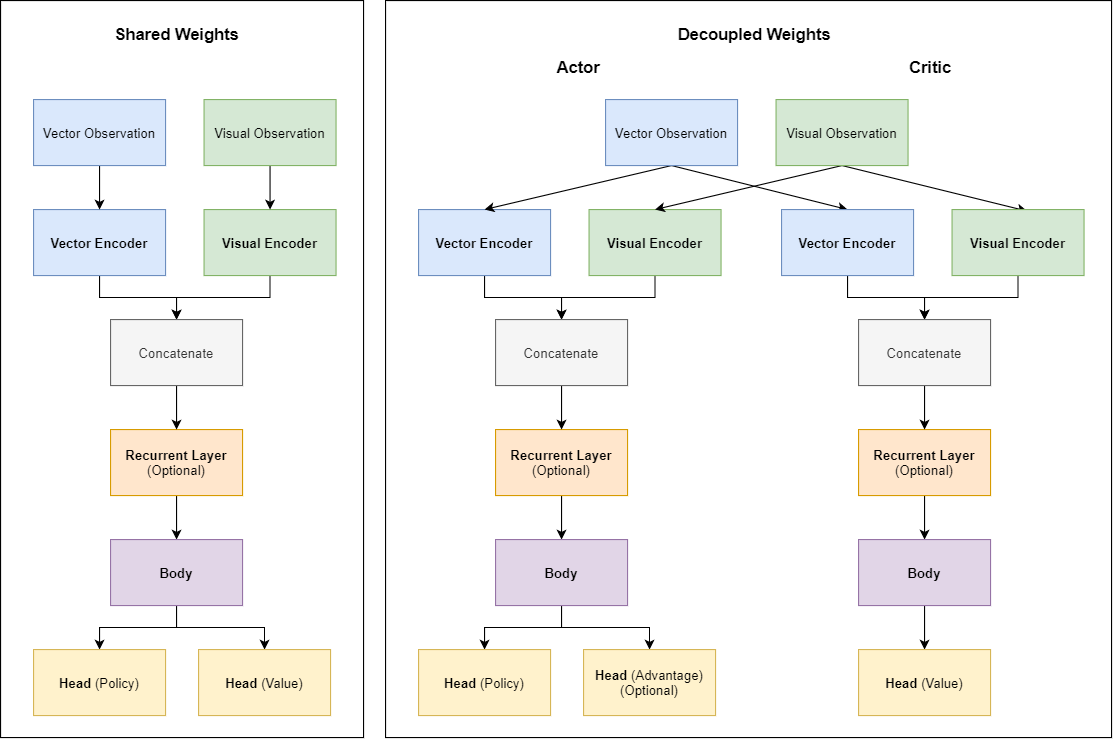
Above: docs/img/general_model_architecture.png in MarcoMeter/neroRL (draw.io), before the change. Source tidied: cells renumbered, new cells last; positions are measured from the earlier drawing's top-left corner, leaving out a move shared by most shapes.
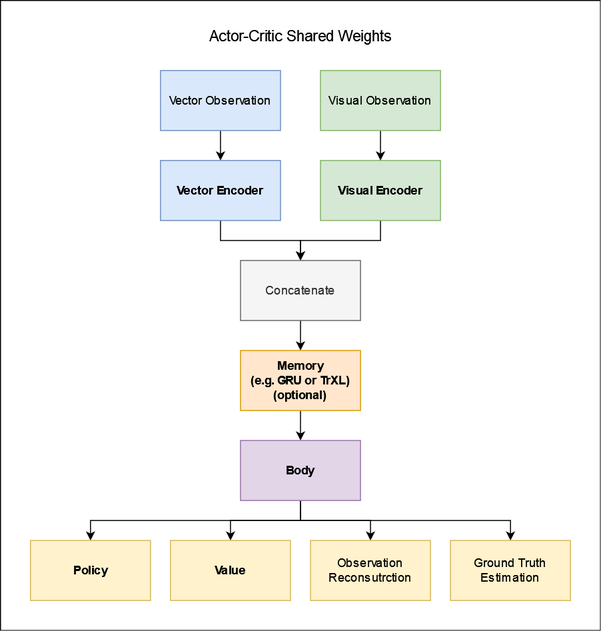
Later version of the same file.

Commit message:
updated general model architecture figure

What changed in the source:
```diff
@@ -2,164 +2,74 @@
   <root>
     <mxCell id="0" />
     <mxCell id="1" parent="0" />
-    <mxCell id="2" style="rounded=0;whiteSpace=wrap;html=1;" parent="1" vertex="1">
-      <mxGeometry width="330" height="670" as="geometry" />
-    </mxCell>
-    <mxCell id="3" style="edgeStyle=orthogonalEdgeStyle;rounded=0;jettySize=auto;html=1;exitX=0.5;exitY=1;exitDx=0;exitDy=0;entryX=0.5;entryY=0;entryDx=0;entryDy=0;" parent="1" edge="1" source="4" target="10">
-      <mxGeometry relative="1" as="geometry" />
-    </mxCell>
-    <mxCell id="4" value="Visual Encoder" style="rounded=0;whiteSpace=wrap;html=1;fillColor=#d5e8d4;strokeColor=#82b366;fontStyle=1;" parent="1" vertex="1">
-      <mxGeometry x="185" y="190" width="120" height="60" as="geometry" />
-    </mxCell>
-    <mxCell id="5" style="edgeStyle=orthogonalEdgeStyle;rounded=0;jettySize=auto;html=1;exitX=0.5;exitY=1;exitDx=0;exitDy=0;entryX=0.5;entryY=0;entryDx=0;entryDy=0;" parent="1" edge="1" source="6" target="13">
-      <mxGeometry relative="1" as="geometry" />
-    </mxCell>
-    <mxCell id="6" value="Recurrent Layer&lt;br&gt;&lt;span style=&quot;font-weight: normal&quot;&gt;(Optional)&lt;/span&gt;" style="rounded=0;whiteSpace=wrap;html=1;fillColor=#ffe6cc;strokeColor=#d79b00;fontStyle=1;" parent="1" vertex="1">
-      <mxGeometry x="100" y="390" width="120" height="60" as="geometry" />
-    </mxCell>
-    <mxCell id="7" style="edgeStyle=orthogonalEdgeStyle;rounded=0;jettySize=auto;html=1;exitX=0.5;exitY=1;exitDx=0;exitDy=0;entryX=0.5;entryY=0;entryDx=0;entryDy=0;" parent="1" edge="1" source="8" target="10">
-      <mxGeometry relative="1" as="geometry" />
-    </mxCell>
-    <mxCell id="8" value="Vector Encoder" style="rounded=0;whiteSpace=wrap;html=1;fillColor=#dae8fc;strokeColor=#6c8ebf;fontStyle=1;" parent="1" vertex="1">
-      <mxGeometry x="30" y="190" width="120" height="60" as="geometry" />
-    </mxCell>
-    <mxCell id="9" style="edgeStyle=orthogonalEdgeStyle;rounded=0;jettySize=auto;html=1;exitX=0.5;exitY=1;exitDx=0;exitDy=0;entryX=0.5;entryY=0;entryDx=0;entryDy=0;" parent="1" edge="1" source="10" target="6">
-      <mxGeometry relative="1" as="geometry" />
-    </mxCell>
-    <mxCell id="10" value="Concatenate" style="rounded=0;whiteSpace=wrap;html=1;fillColor=#f5f5f5;strokeColor=#666666;fontColor=#333333;fontStyle=0;" parent="1" vertex="1">
-      <mxGeometry x="100" y="290" width="120" height="60" as="geometry" />
-    </mxCell>
-    <mxCell id="11" style="edgeStyle=orthogonalEdgeStyle;rounded=0;jettySize=auto;html=1;exitX=0.5;exitY=1;exitDx=0;exitDy=0;entryX=0.5;entryY=0;entryDx=0;entryDy=0;" parent="1" edge="1" source="13" target="14">
-      <mxGeometry relative="1" as="geometry" />
-    </mxCell>
-    <mxCell id="12" style="edgeStyle=orthogonalEdgeStyle;rounded=0;jettySize=auto;html=1;exitX=0.5;exitY=1;exitDx=0;exitDy=0;entryX=0.5;entryY=0;entryDx=0;entryDy=0;" parent="1" edge="1" source="13" target="15">
-      <mxGeometry relative="1" as="geometry" />
-    </mxCell>
-    <mxCell id="13" value="Body" style="rounded=0;whiteSpace=wrap;html=1;fillColor=#e1d5e7;strokeColor=#9673a6;fontStyle=1;" parent="1" vertex="1">
-      <mxGeometry x="100" y="490" width="120" height="60" as="geometry" />
-    </mxCell>
-    <mxCell id="14" value="Head&lt;span style=&quot;font-weight: normal&quot;&gt; (Policy)&lt;/span&gt;" style="rounded=0;whiteSpace=wrap;html=1;fillColor=#fff2cc;strokeColor=#d6b656;fontStyle=1;" parent="1" vertex="1">
-      <mxGeometry x="30" y="590" width="120" height="60" as="geometry" />
-    </mxCell>
-    <mxCell id="15" value="Head &lt;span style=&quot;font-weight: normal&quot;&gt;(Value)&lt;/span&gt;" style="rounded=0;whiteSpace=wrap;html=1;fillColor=#fff2cc;strokeColor=#d6b656;fontStyle=1;" parent="1" vertex="1">
-      <mxGeometry x="180" y="590" width="120" height="60" as="geometry" />
-    </mxCell>
-    <mxCell id="16" style="edgeStyle=orthogonalEdgeStyle;rounded=0;jettySize=auto;html=1;exitX=0.5;exitY=1;exitDx=0;exitDy=0;entryX=0.5;entryY=0;entryDx=0;entryDy=0;" parent="1" edge="1" source="17" target="8">
-      <mxGeometry relative="1" as="geometry" />
-    </mxCell>
-    <mxCell id="17" value="Vector Observation" style="rounded=0;whiteSpace=wrap;html=1;fillColor=#dae8fc;strokeColor=#6c8ebf;fontStyle=0;" parent="1" vertex="1">
-      <mxGeometry x="30" y="90" width="120" height="60" as="geometry" />
-    </mxCell>
-    <mxCell id="18" style="edgeStyle=orthogonalEdgeStyle;rounded=0;jettySize=auto;html=1;exitX=0.5;exitY=1;exitDx=0;exitDy=0;entryX=0.5;entryY=0;entryDx=0;entryDy=0;" parent="1" edge="1" source="19" target="4">
-      <mxGeometry relative="1" as="geometry" />
-    </mxCell>
-    <mxCell id="19" value="&lt;span style=&quot;font-weight: normal&quot;&gt;Visual Observation&lt;/span&gt;" style="rounded=0;whiteSpace=wrap;html=1;fillColor=#d5e8d4;strokeColor=#82b366;fontStyle=1;" parent="1" vertex="1">
-      <mxGeometry x="185" y="90" width="120" height="60" as="geometry" />
-    </mxCell>
-    <mxCell id="20" value="&lt;font style=&quot;font-size: 15px&quot;&gt;Shared Weights&lt;/font&gt;" style="text;html=1;align=center;verticalAlign=middle;strokeColor=none;fontStyle=1;" parent="1" vertex="1">
-      <mxGeometry x="95" y="20" width="130" height="20" as="geometry" />
-    </mxCell>
-    <mxCell id="21" style="rounded=0;whiteSpace=wrap;html=1;" parent="1" vertex="1">
-      <mxGeometry x="350" width="660" height="670" as="geometry" />
-    </mxCell>
-    <mxCell id="22" style="edgeStyle=orthogonalEdgeStyle;rounded=0;jettySize=auto;html=1;exitX=0.5;exitY=1;exitDx=0;exitDy=0;entryX=0.5;entryY=0;entryDx=0;entryDy=0;" parent="1" edge="1" source="23" target="29">
-      <mxGeometry relative="1" as="geometry" />
-    </mxCell>
-    <mxCell id="23" value="Visual Encoder" style="rounded=0;whiteSpace=wrap;html=1;fillColor=#d5e8d4;strokeColor=#82b366;fontStyle=1;" parent="1" vertex="1">
-      <mxGeometry x="535" y="190" width="120" height="60" as="geometry" />
-    </mxCell>
-    <mxCell id="24" style="edgeStyle=orthogonalEdgeStyle;rounded=0;jettySize=auto;html=1;exitX=0.5;exitY=1;exitDx=0;exitDy=0;entryX=0.5;entryY=0;entryDx=0;entryDy=0;" parent="1" edge="1" source="25" target="32">
-      <mxGeometry relative="1" as="geometry" />
-    </mxCell>
-    <mxCell id="25" value="Recurrent Layer&lt;br&gt;&lt;span style=&quot;font-weight: normal&quot;&gt;(Optional)&lt;/span&gt;" style="rounded=0;whiteSpace=wrap;html=1;fillColor=#ffe6cc;strokeColor=#d79b00;fontStyle=1;" parent="1" vertex="1">
-      <mxGeometry x="450" y="390" width="120" height="60" as="geometry" />
-    </mxCell>
-    <mxCell id="26" style="edgeStyle=orthogonalEdgeStyle;rounded=0;jettySize=auto;html=1;exitX=0.5;exitY=1;exitDx=0;exitDy=0;entryX=0.5;entryY=0;entryDx=0;entryDy=0;" parent="1" edge="1" source="27" target="29">
-      <mxGeometry relative="1" as="geometry" />
-    </mxCell>
-    <mxCell id="27" value="Vector Encoder" style="rounded=0;whiteSpace=wrap;html=1;fillColor=#dae8fc;strokeColor=#6c8ebf;fontStyle=1;" parent="1" vertex="1">
-      <mxGeometry x="380" y="190" width="120" height="60" as="geometry" />
-    </mxCell>
-    <mxCell id="28" style="edgeStyle=orthogonalEdgeStyle;rounded=0;jettySize=auto;html=1;exitX=0.5;exitY=1;exitDx=0;exitDy=0;entryX=0.5;entryY=0;entryDx=0;entryDy=0;" parent="1" edge="1" source="29" target="25">
-      <mxGeometry relative="1" as="geometry" />
-    </mxCell>
-    <mxCell id="29" value="Concatenate" style="rounded=0;whiteSpace=wrap;html=1;fillColor=#f5f5f5;strokeColor=#666666;fontColor=#333333;fontStyle=0;" parent="1" vertex="1">
-      <mxGeometry x="450" y="290" width="120" height="60" as="geometry" />
-    </mxCell>
-    <mxCell id="30" style="edgeStyle=orthogonalEdgeStyle;rounded=0;jettySize=auto;html=1;exitX=0.5;exitY=1;exitDx=0;exitDy=0;entryX=0.5;entryY=0;entryDx=0;entryDy=0;" parent="1" edge="1" source="32" target="33">
-      <mxGeometry relative="1" as="geometry" />
-    </mxCell>
-    <mxCell id="31" style="edgeStyle=orthogonalEdgeStyle;rounded=0;jettySize=auto;html=1;exitX=0.5;exitY=1;exitDx=0;exitDy=0;entryX=0.5;entryY=0;entryDx=0;entryDy=0;" parent="1" edge="1" source="32" target="34">
-      <mxGeometry relative="1" as="geometry" />
-    </mxCell>
-    <mxCell id="32" value="Body" style="rounded=0;whiteSpace=wrap;html=1;fillColor=#e1d5e7;strokeColor=#9673a6;fontStyle=1;" parent="1" vertex="1">
-      <mxGeometry x="450" y="490" width="120" height="60" as="geometry" />
-    </mxCell>
-    <mxCell id="33" value="Head&lt;span style=&quot;font-weight: normal&quot;&gt; (Policy)&lt;/span&gt;" style="rounded=0;whiteSpace=wrap;html=1;fillColor=#fff2cc;strokeColor=#d6b656;fontStyle=1;" parent="1" vertex="1">
-      <mxGeometry x="380" y="590" width="120" height="60" as="geometry" />
-    </mxCell>
-    <mxCell id="34" value="Head &lt;span style=&quot;font-weight: normal&quot;&gt;(Advantage)&lt;br&gt;(Optional)&lt;br&gt;&lt;/span&gt;" style="rounded=0;whiteSpace=wrap;html=1;fillColor=#fff2cc;strokeColor=#d6b656;fontStyle=1;" parent="1" vertex="1">
-      <mxGeometry x="530" y="590" width="120" height="60" as="geometry" />
-    </mxCell>
-    <mxCell id="35" style="rounded=0;jettySize=auto;html=1;exitX=0.5;exitY=1;exitDx=0;exitDy=0;entryX=0.5;entryY=0;entryDx=0;entryDy=0;" parent="1" edge="1" source="37" target="27">
-      <mxGeometry relative="1" as="geometry" />
-    </mxCell>
-    <mxCell id="36" style="edgeStyle=none;rounded=0;jettySize=auto;html=1;exitX=0.5;exitY=1;exitDx=0;exitDy=0;entryX=0.5;entryY=0;entryDx=0;entryDy=0;" parent="1" edge="1" source="37" target="47">
-      <mxGeometry relative="1" as="geometry" />
-    </mxCell>
-    <mxCell id="37" value="Vector Observation" style="rounded=0;whiteSpace=wrap;html=1;fillColor=#dae8fc;strokeColor=#6c8ebf;fontStyle=0;" parent="1" vertex="1">
-      <mxGeometry x="550" y="90" width="120" height="60" as="geometry" />
-    </mxCell>
-    <mxCell id="38" style="rounded=0;jettySize=auto;html=1;exitX=0.5;exitY=1;exitDx=0;exitDy=0;entryX=0.5;entryY=0;entryDx=0;entryDy=0;" parent="1" edge="1" source="40" target="23">
-      <mxGeometry relative="1" as="geometry" />
-    </mxCell>
-    <mxCell id="39" style="edgeStyle=none;rounded=0;jettySize=auto;html=1;exitX=0.5;exitY=1;exitDx=0;exitDy=0;entryX=0.568;entryY=0.023;entryDx=0;entryDy=0;entryPerimeter=0;" parent="1" edge="1" source="40" target="43">
-      <mxGeometry relative="1" as="geometry" />
-    </mxCell>
-    <mxCell id="40" value="&lt;span style=&quot;font-weight: normal&quot;&gt;Visual Observation&lt;/span&gt;" style="rounded=0;whiteSpace=wrap;html=1;fillColor=#d5e8d4;strokeColor=#82b366;fontStyle=1;" parent="1" vertex="1">
-      <mxGeometry x="705" y="90" width="120" height="60" as="geometry" />
-    </mxCell>
-    <mxCell id="41" value="&lt;font style=&quot;font-size: 15px&quot;&gt;Decoupled Weights&lt;/font&gt;" style="text;html=1;align=center;verticalAlign=middle;strokeColor=none;fontStyle=1;" parent="1" vertex="1">
-      <mxGeometry x="610" y="20" width="150" height="20" as="geometry" />
-    </mxCell>
-    <mxCell id="42" style="edgeStyle=orthogonalEdgeStyle;rounded=0;jettySize=auto;html=1;exitX=0.5;exitY=1;exitDx=0;exitDy=0;entryX=0.5;entryY=0;entryDx=0;entryDy=0;" parent="1" edge="1" source="43" target="49">
-      <mxGeometry relative="1" as="geometry" />
-    </mxCell>
-    <mxCell id="43" value="Visual Encoder" style="rounded=0;whiteSpace=wrap;html=1;fillColor=#d5e8d4;strokeColor=#82b366;fontStyle=1;" parent="1" vertex="1">
-      <mxGeometry x="865" y="190" width="120" height="60" as="geometry" />
-    </mxCell>
-    <mxCell id="44" style="edgeStyle=orthogonalEdgeStyle;rounded=0;jettySize=auto;html=1;exitX=0.5;exitY=1;exitDx=0;exitDy=0;entryX=0.5;entryY=0;entryDx=0;entryDy=0;" parent="1" edge="1" source="45" target="51">
-      <mxGeometry relative="1" as="geometry" />
-    </mxCell>
-    <mxCell id="45" value="Recurrent Layer&lt;br&gt;&lt;span style=&quot;font-weight: normal&quot;&gt;(Optional)&lt;/span&gt;" style="rounded=0;whiteSpace=wrap;html=1;fillColor=#ffe6cc;strokeColor=#d79b00;fontStyle=1;" parent="1" vertex="1">
-      <mxGeometry x="780" y="390" width="120" height="60" as="geometry" />
-    </mxCell>
-    <mxCell id="46" style="edgeStyle=orthogonalEdgeStyle;rounded=0;jettySize=auto;html=1;exitX=0.5;exitY=1;exitDx=0;exitDy=0;entryX=0.5;entryY=0;entryDx=0;entryDy=0;" parent="1" edge="1" source="47" target="49">
-      <mxGeometry relative="1" as="geometry" />
-    </mxCell>
-    <mxCell id="47" value="Vector Encoder" style="rounded=0;whiteSpace=wrap;html=1;fillColor=#dae8fc;strokeColor=#6c8ebf;fontStyle=1;" parent="1" vertex="1">
-      <mxGeometry x="710" y="190" width="120" height="60" as="geometry" />
-    </mxCell>
-    <mxCell id="48" style="edgeStyle=orthogonalEdgeStyle;rounded=0;jettySize=auto;html=1;exitX=0.5;exitY=1;exitDx=0;exitDy=0;entryX=0.5;entryY=0;entryDx=0;entryDy=0;" parent="1" edge="1" source="49" target="45">
-      <mxGeometry relative="1" as="geometry" />
-    </mxCell>
-    <mxCell id="49" value="Concatenate" style="rounded=0;whiteSpace=wrap;html=1;fillColor=#f5f5f5;strokeColor=#666666;fontColor=#333333;fontStyle=0;" parent="1" vertex="1">
-      <mxGeometry x="780" y="290" width="120" height="60" as="geometry" />
-    </mxCell>
-    <mxCell id="50" style="edgeStyle=orthogonalEdgeStyle;rounded=0;jettySize=auto;html=1;exitX=0.5;exitY=1;exitDx=0;exitDy=0;entryX=0.5;entryY=0;entryDx=0;entryDy=0;" parent="1" edge="1" source="51" target="52">
-      <mxGeometry relative="1" as="geometry" />
-    </mxCell>
-    <mxCell id="51" value="Body" style="rounded=0;whiteSpace=wrap;html=1;fillColor=#e1d5e7;strokeColor=#9673a6;fontStyle=1;" parent="1" vertex="1">
-      <mxGeometry x="780" y="490" width="120" height="60" as="geometry" />
-    </mxCell>
-    <mxCell id="52" value="Head &lt;span style=&quot;font-weight: normal&quot;&gt;(Value)&lt;/span&gt;" style="rounded=0;whiteSpace=wrap;html=1;fillColor=#fff2cc;strokeColor=#d6b656;fontStyle=1;" parent="1" vertex="1">
-      <mxGeometry x="780" y="590" width="120" height="60" as="geometry" />
-    </mxCell>
-    <mxCell id="53" value="&lt;font style=&quot;font-size: 15px&quot;&gt;Actor&lt;/font&gt;" style="text;html=1;align=center;verticalAlign=middle;strokeColor=none;fontStyle=1;" parent="1" vertex="1">
-      <mxGeometry x="500" y="50" width="50" height="20" as="geometry" />
-    </mxCell>
-    <mxCell id="54" value="&lt;font style=&quot;font-size: 15px&quot;&gt;Critic&lt;/font&gt;" style="text;html=1;align=center;verticalAlign=middle;strokeColor=none;fontStyle=1;" parent="1" vertex="1">
-      <mxGeometry x="820" y="50" width="50" height="20" as="geometry" />
-    </mxCell>
+    <mxCell id="55" style="rounded=0;whiteSpace=wrap;html=1;" parent="1" vertex="1">
+      <mxGeometry x="160" y="330" width="600" height="630" as="geometry" />
+    </mxCell>
+    <mxCell id="56" style="edgeStyle=orthogonalEdgeStyle;rounded=0;jettySize=auto;html=1;exitX=0.5;exitY=1;exitDx=0;exitDy=0;entryX=0.5;entryY=0;entryDx=0;entryDy=0;" parent="1" edge="1" source="57" target="59">
+      <mxGeometry relative="1" as="geometry" />
+    </mxCell>
+    <mxCell id="57" value="Vector Observation" style="rounded=0;whiteSpace=wrap;html=1;fillColor=#dae8fc;strokeColor=#6c8ebf;" parent="1" vertex="1">
+      <mxGeometry x="320" y="400" width="120" height="60" as="geometry" />
+    </mxCell>
+    <mxCell id="58" style="edgeStyle=orthogonalEdgeStyle;rounded=0;jettySize=auto;html=1;exitX=0.5;exitY=1;exitDx=0;exitDy=0;entryX=0.5;entryY=0;entryDx=0;entryDy=0;" parent="1" edge="1" source="59" target="65">
+      <mxGeometry relative="1" as="geometry" />
+    </mxCell>
+    <mxCell id="59" value="Vector Encoder" style="rounded=0;whiteSpace=wrap;html=1;fillColor=#dae8fc;strokeColor=#6c8ebf;fontStyle=1;" parent="1" vertex="1">
+      <mxGeometry x="320" y="490" width="120" height="60" as="geometry" />
+    </mxCell>
+    <mxCell id="60" style="edgeStyle=orthogonalEdgeStyle;rounded=0;jettySize=auto;html=1;exitX=0.5;exitY=1;exitDx=0;exitDy=0;entryX=0.5;entryY=0;entryDx=0;entryDy=0;" parent="1" edge="1" source="61" target="65">
+      <mxGeometry relative="1" as="geometry" />
+    </mxCell>
+    <mxCell id="61" value="Visual Encoder" style="rounded=0;whiteSpace=wrap;html=1;fillColor=#d5e8d4;strokeColor=#82b366;fontStyle=1;" parent="1" vertex="1">
+      <mxGeometry x="480" y="490" width="120" height="60" as="geometry" />
+    </mxCell>
+    <mxCell id="62" style="edgeStyle=orthogonalEdgeStyle;rounded=0;jettySize=auto;html=1;exitX=0.5;exitY=1;exitDx=0;exitDy=0;entryX=0.5;entryY=0;entryDx=0;entryDy=0;" parent="1" edge="1" source="63" target="61">
+      <mxGeometry relative="1" as="geometry" />
+    </mxCell>
+    <mxCell id="63" value="Visual Observation" style="rounded=0;whiteSpace=wrap;html=1;fillColor=#d5e8d4;strokeColor=#82b366;" parent="1" vertex="1">
+      <mxGeometry x="480" y="400" width="120" height="60" as="geometry" />
+    </mxCell>
+    <mxCell id="64" style="edgeStyle=orthogonalEdgeStyle;rounded=0;jettySize=auto;html=1;exitX=0.5;exitY=1;exitDx=0;exitDy=0;entryX=0.5;entryY=0;entryDx=0;entryDy=0;" parent="1" edge="1" source="65" target="67">
+      <mxGeometry relative="1" as="geometry" />
+    </mxCell>
+    <mxCell id="65" value="Concatenate" style="rounded=0;whiteSpace=wrap;html=1;fillColor=#f5f5f5;fontColor=#333333;strokeColor=#666666;" parent="1" vertex="1">
+      <mxGeometry x="400" y="590" width="120" height="60" as="geometry" />
+    </mxCell>
+    <mxCell id="66" style="edgeStyle=orthogonalEdgeStyle;rounded=0;jettySize=auto;html=1;exitX=0.5;exitY=1;exitDx=0;exitDy=0;entryX=0.5;entryY=0;entryDx=0;entryDy=0;" parent="1" edge="1" source="67" target="72">
+      <mxGeometry relative="1" as="geometry" />
+    </mxCell>
+    <mxCell id="67" value="&lt;div&gt;Memory&lt;/div&gt;&lt;div&gt;(e.g. GRU or TrXL)&lt;/div&gt;&lt;div&gt;(optional)&lt;br&gt;&lt;/div&gt;" style="rounded=0;whiteSpace=wrap;html=1;fillColor=#ffe6cc;strokeColor=#d79b00;fontStyle=1;" parent="1" vertex="1">
+      <mxGeometry x="400" y="680" width="120" height="60" as="geometry" />
+    </mxCell>
+    <mxCell id="68" style="edgeStyle=orthogonalEdgeStyle;rounded=0;jettySize=auto;html=1;exitX=0.5;exitY=1;exitDx=0;exitDy=0;entryX=0.5;entryY=0;entryDx=0;entryDy=0;" parent="1" edge="1" source="72" target="74">
+      <mxGeometry relative="1" as="geometry" />
+    </mxCell>
+    <mxCell id="69" style="edgeStyle=orthogonalEdgeStyle;rounded=0;jettySize=auto;html=1;exitX=0.5;exitY=1;exitDx=0;exitDy=0;entryX=0.5;entryY=0;entryDx=0;entryDy=0;" parent="1" edge="1" source="72" target="73">
+      <mxGeometry relative="1" as="geometry" />
+    </mxCell>
+    <mxCell id="70" style="edgeStyle=orthogonalEdgeStyle;rounded=0;jettySize=auto;html=1;exitX=0.5;exitY=1;exitDx=0;exitDy=0;entryX=0.5;entryY=0;entryDx=0;entryDy=0;" parent="1" edge="1" source="72" target="75">
+      <mxGeometry relative="1" as="geometry" />
+    </mxCell>
+    <mxCell id="71" style="edgeStyle=orthogonalEdgeStyle;rounded=0;jettySize=auto;html=1;exitX=0.5;exitY=1;exitDx=0;exitDy=0;entryX=0.5;entryY=0;entryDx=0;entryDy=0;" parent="1" edge="1" source="72" target="76">
+      <mxGeometry relative="1" as="geometry" />
+    </mxCell>
+    <mxCell id="72" value="Body" style="rounded=0;whiteSpace=wrap;html=1;fillColor=#e1d5e7;strokeColor=#9673a6;fontStyle=1;" parent="1" vertex="1">
+      <mxGeometry x="400" y="770" width="120" height="60" as="geometry" />
+    </mxCell>
+    <mxCell id="73" value="Policy" style="rounded=0;whiteSpace=wrap;html=1;fillColor=#fff2cc;strokeColor=#d6b656;fontStyle=1;" parent="1" vertex="1">
+      <mxGeometry x="190" y="870" width="120" height="60" as="geometry" />
+    </mxCell>
+    <mxCell id="74" value="Value" style="rounded=0;whiteSpace=wrap;html=1;fillColor=#fff2cc;strokeColor=#d6b656;fontStyle=1;" parent="1" vertex="1">
+      <mxGeometry x="330" y="870" width="120" height="60" as="geometry" />
+    </mxCell>
+    <mxCell id="75" value="Observation Reconsutrction" style="rounded=0;whiteSpace=wrap;html=1;fillColor=#fff2cc;strokeColor=#d6b656;" parent="1" vertex="1">
+      <mxGeometry x="470" y="870" width="120" height="60" as="geometry" />
+    </mxCell>
+    <mxCell id="76" value="Ground Truth Estimation" style="rounded=0;whiteSpace=wrap;html=1;fillColor=#fff2cc;strokeColor=#d6b656;" parent="1" vertex="1">
+      <mxGeometry x="610" y="870" width="120" height="60" as="geometry" />
+    </mxCell>
+    <mxCell id="77" value="Actor-Critic Shared Weights" style="text;html=1;align=center;verticalAlign=middle;strokeColor=none;fillColor=none;fontSize=15;" parent="1" vertex="1">
+      <mxGeometry x="355" y="350" width="210" height="30" as="geometry" />
+    </mxCell>
   </root>
 </mxGraphModel>
```
